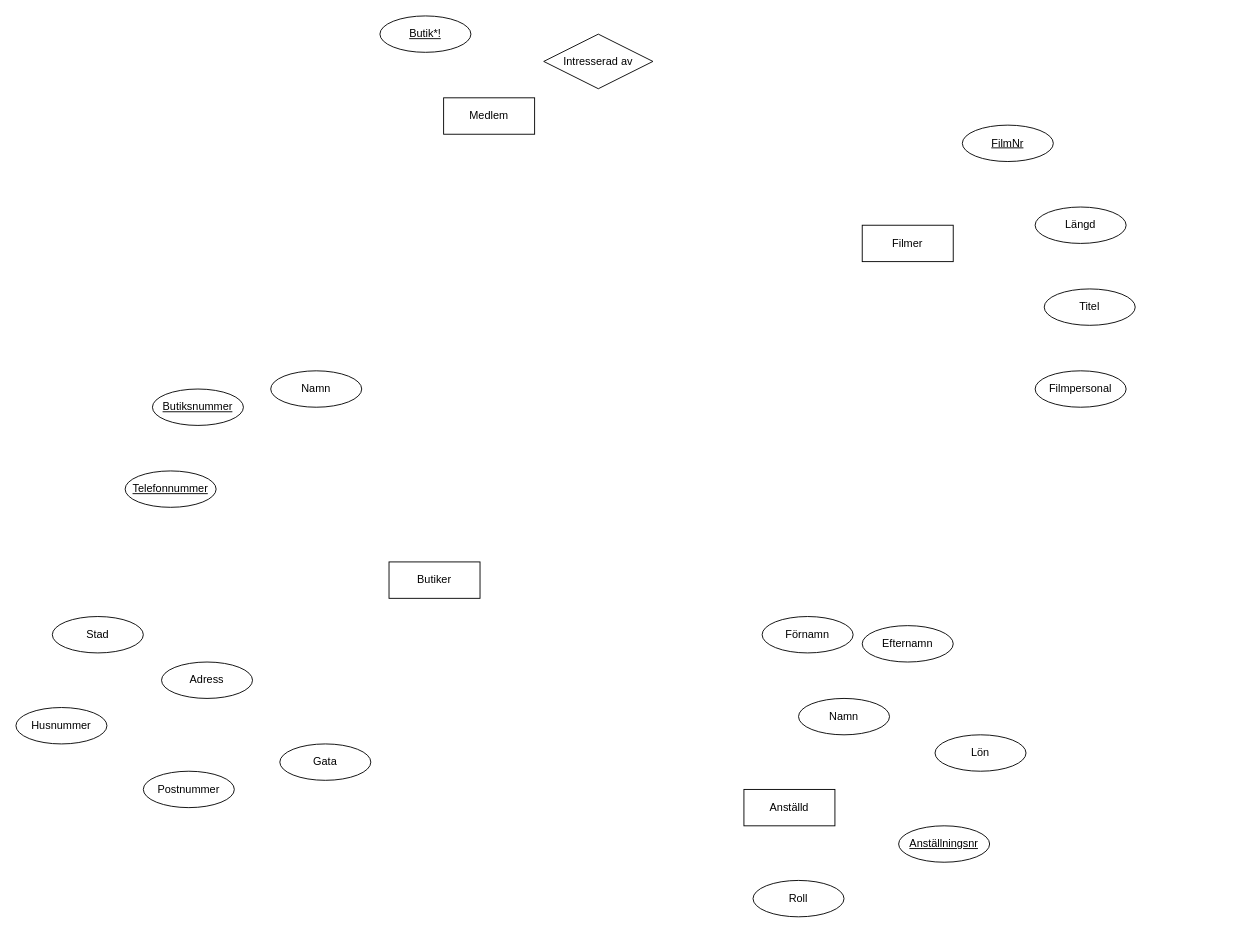
Earlier version of the draw.io diagram laboration.drawio (MarkusVickman/dt003g-labration1). Source tidied: cells renumbered, new cells numbered last; positions are measured from the earlier drawing's top-left corner, leaving out a move shared by most shapes. Both pictures are drawn from the tidied source at 91%, with x=0, y=0 at pixel (15, 15).
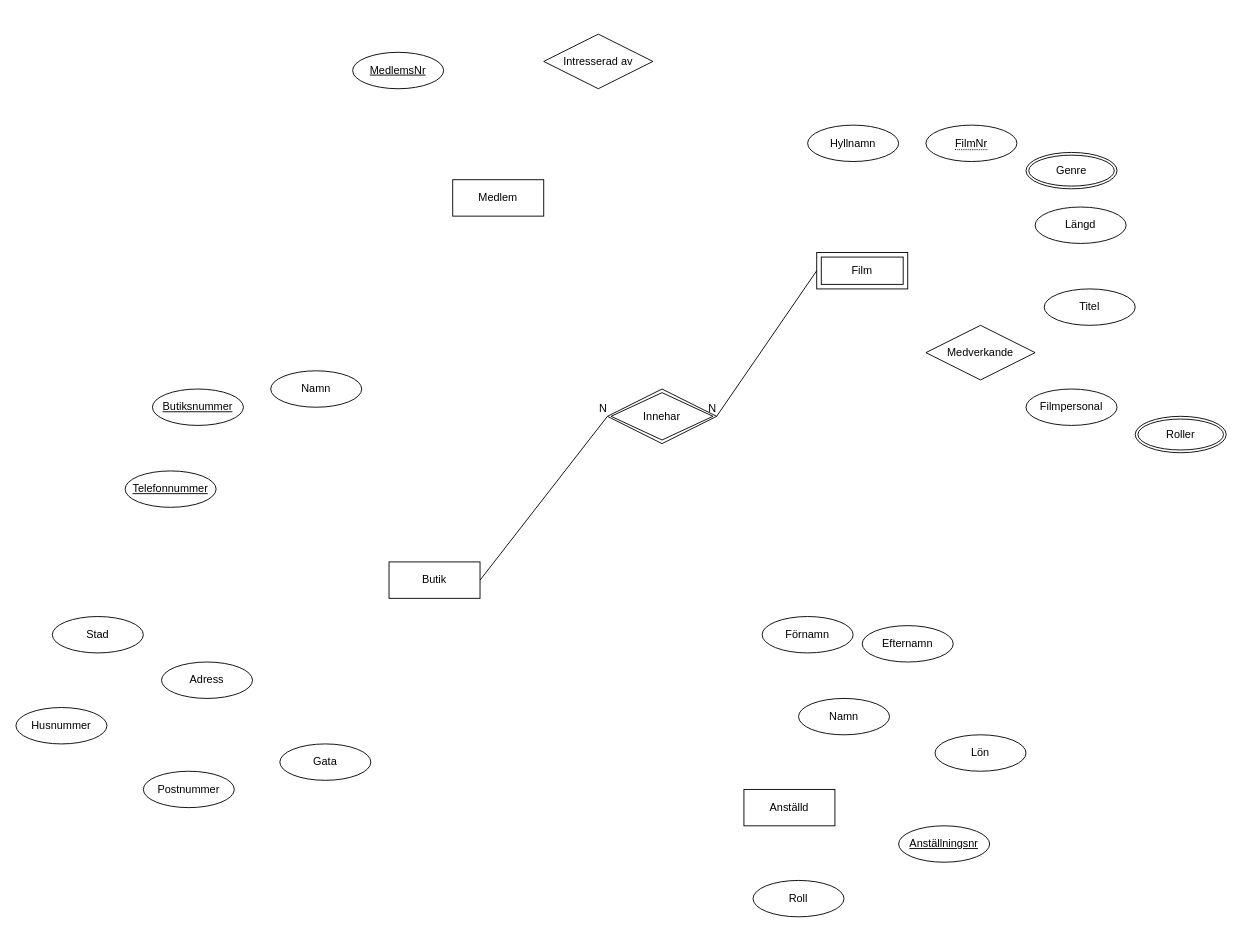
The same page after the edit.

What changed in the source:
```diff
@@
-    <mxCell id="2" value="Butiker" style="whiteSpace=wrap;html=1;align=center;" parent="1" vertex="1">
+    <mxCell id="2" value="Butik" style="whiteSpace=wrap;html=1;align=center;" parent="1" vertex="1">
       <mxGeometry x="410" y="600" width="100" height="40" as="geometry" />
     </mxCell>
@@
-    <mxCell id="18" value="Medlem" style="whiteSpace=wrap;html=1;align=center;" parent="1" vertex="1">
-      <mxGeometry x="470" y="90" width="100" height="40" as="geometry" />
-    </mxCell>
-    <mxCell id="19" value="Butik*!" style="ellipse;whiteSpace=wrap;html=1;align=center;fontStyle=4;" parent="1" vertex="1">
-      <mxGeometry x="400" width="100" height="40" as="geometry" />
+    <mxCell id="19" value="MedlemsNr" style="ellipse;whiteSpace=wrap;html=1;align=center;fontStyle=4;" parent="1" vertex="1">
+      <mxGeometry x="370" y="40" width="100" height="40" as="geometry" />
     </mxCell>
@@
-    <mxCell id="21" value="Filmer" style="whiteSpace=wrap;html=1;align=center;" parent="1" vertex="1">
-      <mxGeometry x="930" y="230" width="100" height="40" as="geometry" />
-    </mxCell>
-    <mxCell id="22" value="FilmNr" style="ellipse;whiteSpace=wrap;html=1;align=center;fontStyle=4;" parent="1" vertex="1">
-      <mxGeometry x="1040" y="120" width="100" height="40" as="geometry" />
-    </mxCell>
@@
     <mxCell id="25" value="Filmpersonal" style="ellipse;whiteSpace=wrap;html=1;align=center;" parent="1" vertex="1">
-      <mxGeometry x="1120" y="390" width="100" height="40" as="geometry" />
+      <mxGeometry x="1110" y="410" width="100" height="40" as="geometry" />
     </mxCell>
+    <mxCell id="18" value="Medlem" style="whiteSpace=wrap;html=1;align=center;" parent="1" vertex="1">
+      <mxGeometry x="480" y="180" width="100" height="40" as="geometry" />
+    </mxCell>
+    <mxCell id="26" value="Film" style="shape=ext;margin=3;double=1;whiteSpace=wrap;html=1;align=center;" parent="1" vertex="1">
+      <mxGeometry x="880" y="260" width="100" height="40" as="geometry" />
+    </mxCell>
+    <mxCell id="22" value="&lt;span style=&quot;border-bottom: 1px dotted&quot;&gt;FilmNr&lt;/span&gt;" style="ellipse;whiteSpace=wrap;html=1;align=center;" parent="1" vertex="1">
+      <mxGeometry x="1000" y="120" width="100" height="40" as="geometry" />
+    </mxCell>
+    <mxCell id="27" value="Innehar" style="shape=rhombus;double=1;perimeter=rhombusPerimeter;whiteSpace=wrap;html=1;align=center;" parent="1" vertex="1">
+      <mxGeometry x="650" y="410" width="120" height="60" as="geometry" />
+    </mxCell>
+    <mxCell id="28" style="endArrow=none;html=1;rounded=0;exitX=0;exitY=0.5;exitDx=0;exitDy=0;entryX=1;entryY=0.5;entryDx=0;entryDy=0;" parent="1" edge="1" source="26" target="27">
+      <mxGeometry relative="1" as="geometry" />
+    </mxCell>
+    <mxCell id="29" value="N" style="html=1;align=right;verticalAlign=bottom;" parent="28" vertex="1">
+      <mxGeometry x="1" relative="1" as="geometry" />
+    </mxCell>
+    <mxCell id="30" style="endArrow=none;html=1;rounded=0;exitX=1;exitY=0.5;exitDx=0;exitDy=0;entryX=0;entryY=0.5;entryDx=0;entryDy=0;" parent="1" edge="1" source="2" target="27">
+      <mxGeometry relative="1" as="geometry" />
+    </mxCell>
+    <mxCell id="31" value="N" style="html=1;align=right;verticalAlign=bottom;" parent="30" vertex="1">
+      <mxGeometry x="1" relative="1" as="geometry" />
+    </mxCell>
+    <mxCell id="32" value="Hyllnamn" style="ellipse;whiteSpace=wrap;html=1;align=center;" parent="1" vertex="1">
+      <mxGeometry x="870" y="120" width="100" height="40" as="geometry" />
+    </mxCell>
+    <mxCell id="33" value="Genre" style="ellipse;shape=doubleEllipse;margin=3;whiteSpace=wrap;html=1;align=center;" parent="1" vertex="1">
+      <mxGeometry x="1110" y="150" width="100" height="40" as="geometry" />
+    </mxCell>
+    <mxCell id="34" value="Medverkande" style="shape=rhombus;perimeter=rhombusPerimeter;whiteSpace=wrap;html=1;align=center;" parent="1" vertex="1">
+      <mxGeometry x="1000" y="340" width="120" height="60" as="geometry" />
+    </mxCell>
+    <mxCell id="35" value="Roller" style="ellipse;shape=doubleEllipse;margin=3;whiteSpace=wrap;html=1;align=center;" parent="1" vertex="1">
+      <mxGeometry x="1230" y="440" width="100" height="40" as="geometry" />
+    </mxCell>
```
